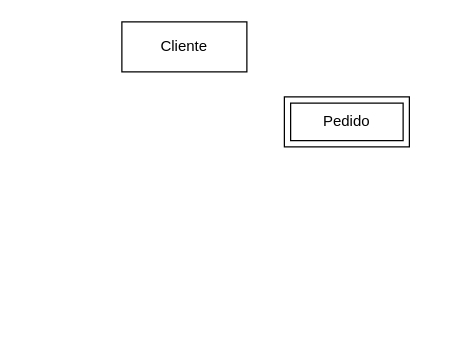
Sergio-Tolaba/ds_ej keeps this draw.io diagram as modelo.drawio. Above is the earlier version. Source tidied: cells renumbered, new cells numbered last; positions are measured from the earlier drawing's top-left corner, leaving out a move shared by most shapes. Both pictures are drawn from the tidied source at 125%, with x=0, y=0 at pixel (121, 21).
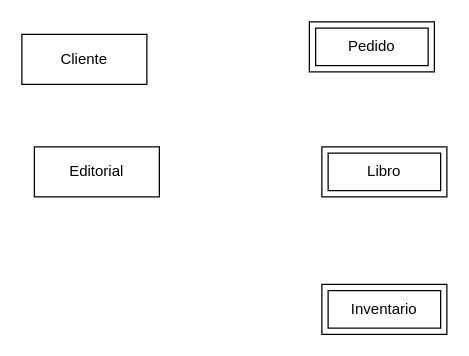
After the change.

What changed in the source:
```diff
@@
 <mxGraphModel>
   <root>
     <mxCell id="0" />
     <mxCell id="1" parent="0" />
     <mxCell id="2" value="Cliente" style="whiteSpace=wrap;html=1;align=center;" parent="1" vertex="1">
-      <mxGeometry width="100" height="40" as="geometry" />
+      <mxGeometry x="-80" y="10" width="100" height="40" as="geometry" />
     </mxCell>
     <mxCell id="3" value="Pedido" style="shape=ext;margin=3;double=1;whiteSpace=wrap;html=1;align=center;" parent="1" vertex="1">
-      <mxGeometry x="130" y="60" width="100" height="40" as="geometry" />
+      <mxGeometry x="150" width="100" height="40" as="geometry" />
     </mxCell>
+    <mxCell id="4" value="Editorial" style="whiteSpace=wrap;html=1;align=center;" parent="1" vertex="1">
+      <mxGeometry x="-70" y="100" width="100" height="40" as="geometry" />
+    </mxCell>
+    <mxCell id="5" value="Libro" style="shape=ext;margin=3;double=1;whiteSpace=wrap;html=1;align=center;" parent="1" vertex="1">
+      <mxGeometry x="160" y="100" width="100" height="40" as="geometry" />
+    </mxCell>
+    <mxCell id="6" value="Inventario" style="shape=ext;margin=3;double=1;whiteSpace=wrap;html=1;align=center;" parent="1" vertex="1">
+      <mxGeometry x="160" y="210" width="100" height="40" as="geometry" />
+    </mxCell>
   </root>
 </mxGraphModel>
```
